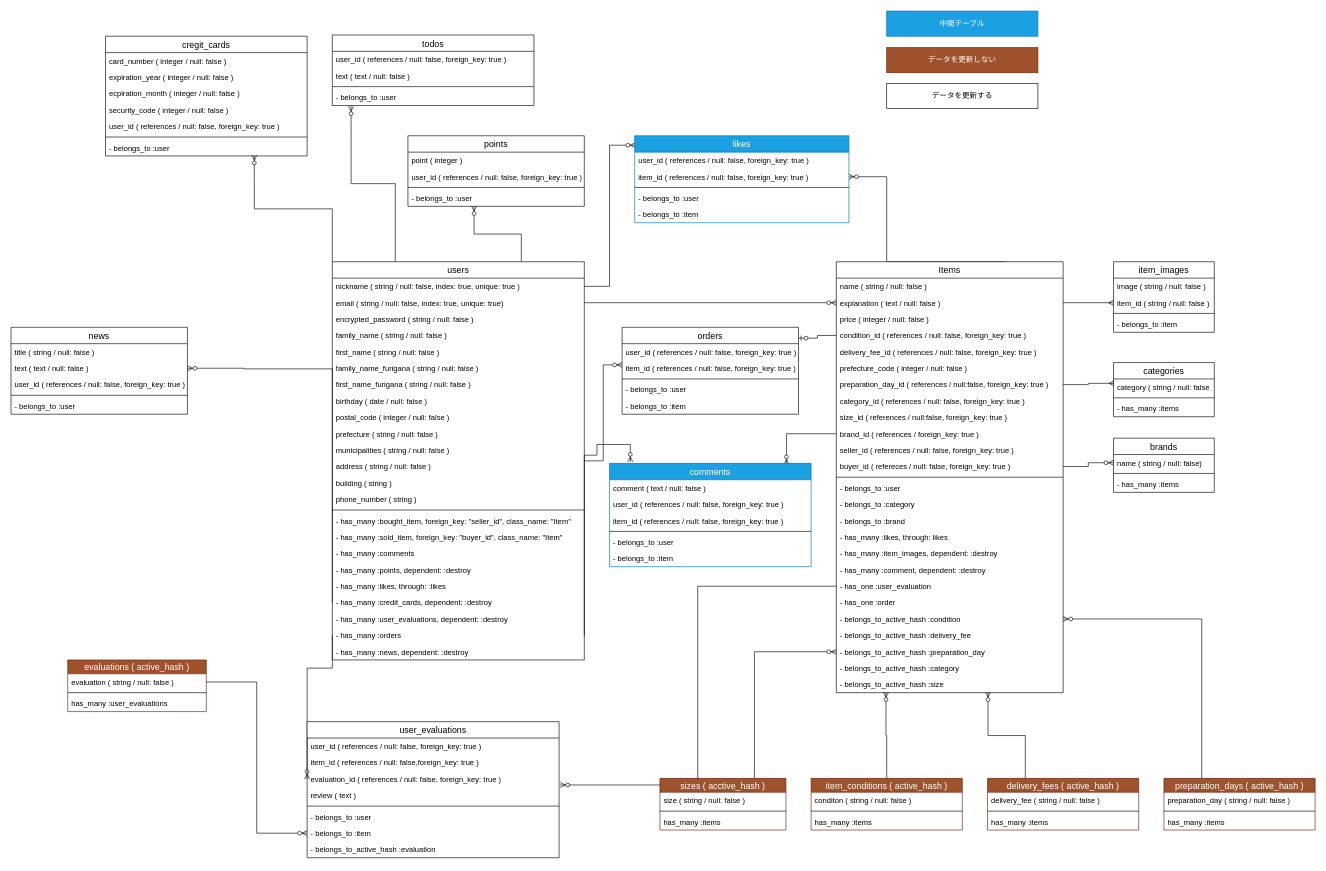
yuktnk/fleamarket_sample_80g keeps this draw.io diagram as ER.drawio. Above is the earlier version. Source tidied: cells renumbered, new cells numbered last; positions are measured from the earlier drawing's top-left corner, leaving out a move shared by most shapes. Both pictures are drawn from the tidied source at 63%, with x=0, y=0 at pixel (11, 11).
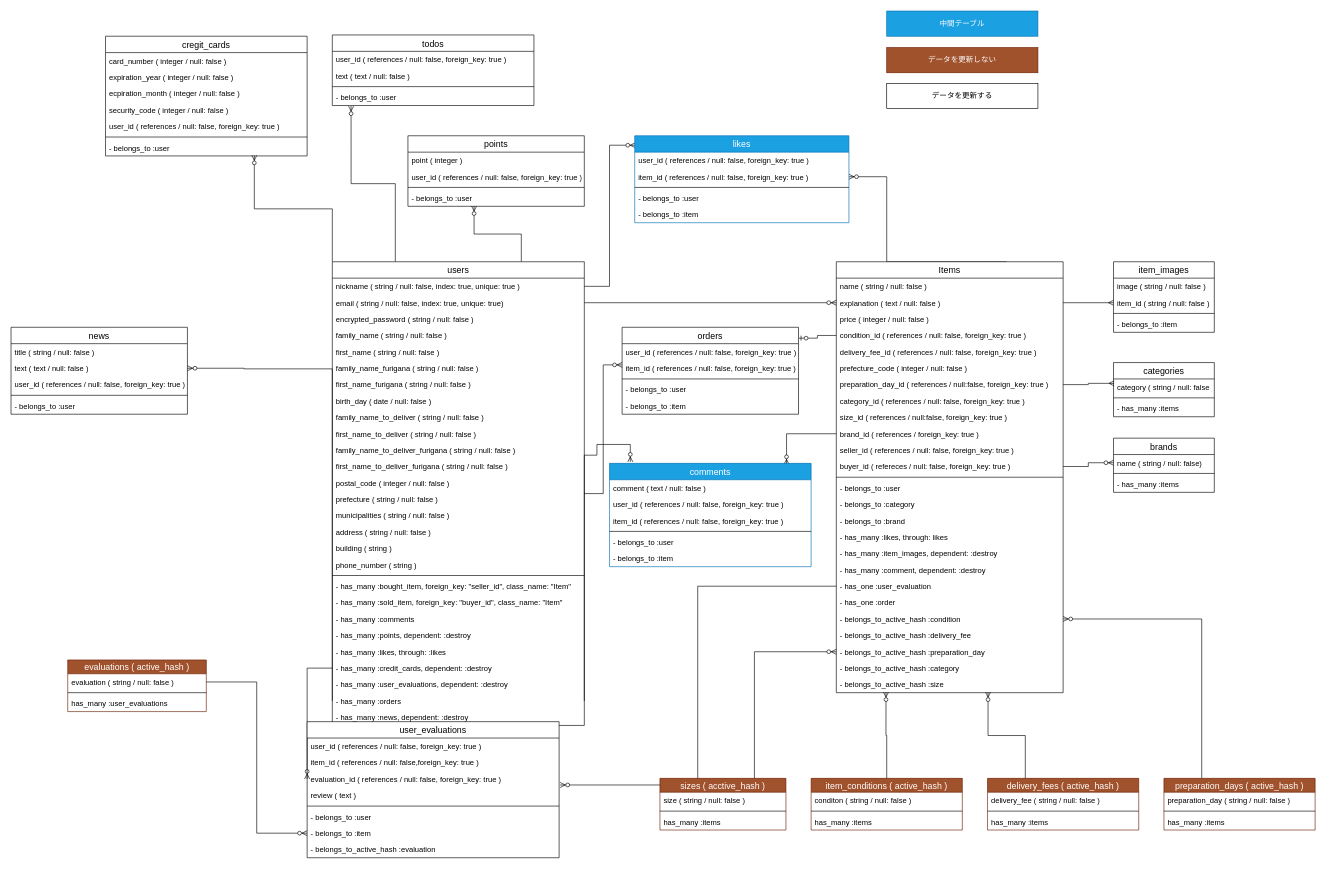
The same page after the edit.

Diff of the diagram source:
```diff
@@
     <mxCell id="18" value="users" style="swimlane;fontStyle=0;horizontal=1;startSize=26;align=center;fontSize=14;" parent="1" vertex="1">
-      <mxGeometry x="510" y="398" width="400" height="632" as="geometry" />
+      <mxGeometry x="510" y="398" width="400" height="736" as="geometry" />
     </mxCell>
@@
-    <mxCell id="26" value="birthday ( date / null: false )" style="text;strokeColor=none;fillColor=none;spacingLeft=4;spacingRight=4;overflow=hidden;fontSize=12;" parent="18" vertex="1">
+    <mxCell id="26" value="birth_day ( date / null: false )" style="text;strokeColor=none;fillColor=none;spacingLeft=4;spacingRight=4;overflow=hidden;fontSize=12;" parent="18" vertex="1">
       <mxGeometry y="208" width="400" height="26" as="geometry" />
     </mxCell>
+    <mxCell id="163" value="family_name_to_deliver ( string / null: false )" style="text;strokeColor=none;fillColor=none;spacingLeft=4;spacingRight=4;overflow=hidden;fontSize=12;" parent="18" vertex="1">
+      <mxGeometry y="234" width="400" height="26" as="geometry" />
+    </mxCell>
+    <mxCell id="164" value="first_name_to_deliver ( string / null: false )" style="text;strokeColor=none;fillColor=none;spacingLeft=4;spacingRight=4;overflow=hidden;fontSize=12;" parent="18" vertex="1">
+      <mxGeometry y="260" width="400" height="26" as="geometry" />
+    </mxCell>
+    <mxCell id="165" value="family_name_to_deliver_furigana ( string / null: false )" style="text;strokeColor=none;fillColor=none;spacingLeft=4;spacingRight=4;overflow=hidden;fontSize=12;" parent="18" vertex="1">
+      <mxGeometry y="286" width="400" height="26" as="geometry" />
+    </mxCell>
+    <mxCell id="166" value="first_name_to_deliver_furigana ( string / null: false )" style="text;strokeColor=none;fillColor=none;spacingLeft=4;spacingRight=4;overflow=hidden;fontSize=12;" parent="18" vertex="1">
+      <mxGeometry y="312" width="400" height="26" as="geometry" />
+    </mxCell>
     <mxCell id="27" value="postal_code ( integer / null: false )" style="text;strokeColor=none;fillColor=none;spacingLeft=4;spacingRight=4;overflow=hidden;fontSize=12;" parent="18" vertex="1">
-      <mxGeometry y="234" width="400" height="26" as="geometry" />
+      <mxGeometry y="338" width="400" height="26" as="geometry" />
     </mxCell>
     <mxCell id="28" value="prefecture ( string / null: false )" style="text;strokeColor=none;fillColor=none;spacingLeft=4;spacingRight=4;overflow=hidden;fontSize=12;" parent="18" vertex="1">
-      <mxGeometry y="260" width="400" height="26" as="geometry" />
+      <mxGeometry y="364" width="400" height="26" as="geometry" />
     </mxCell>
     <mxCell id="29" value="municipalities ( string / null: false )" style="text;strokeColor=none;fillColor=none;spacingLeft=4;spacingRight=4;overflow=hidden;fontSize=12;" parent="18" vertex="1">
-      <mxGeometry y="286" width="400" height="26" as="geometry" />
+      <mxGeometry y="390" width="400" height="26" as="geometry" />
     </mxCell>
     <mxCell id="30" value="address ( string / null: false )" style="text;strokeColor=none;fillColor=none;spacingLeft=4;spacingRight=4;overflow=hidden;fontSize=12;" parent="18" vertex="1">
-      <mxGeometry y="312" width="400" height="26" as="geometry" />
+      <mxGeometry y="416" width="400" height="26" as="geometry" />
     </mxCell>
     <mxCell id="31" value="building ( string )" style="text;strokeColor=none;fillColor=none;spacingLeft=4;spacingRight=4;overflow=hidden;fontSize=12;" parent="18" vertex="1">
-      <mxGeometry y="338" width="400" height="26" as="geometry" />
+      <mxGeometry y="442" width="400" height="26" as="geometry" />
     </mxCell>
     <mxCell id="32" value="phone_number ( string )" style="text;strokeColor=none;fillColor=none;spacingLeft=4;spacingRight=4;overflow=hidden;fontSize=12;" parent="18" vertex="1">
-      <mxGeometry y="364" width="400" height="26" as="geometry" />
+      <mxGeometry y="468" width="400" height="26" as="geometry" />
     </mxCell>
     <mxCell id="33" style="line;strokeWidth=1;fillColor=none;align=left;verticalAlign=middle;spacingTop=-1;spacingLeft=3;spacingRight=3;labelPosition=right;fontSize=12;" parent="18" vertex="1">
-      <mxGeometry y="390" width="400" height="8" as="geometry" />
+      <mxGeometry y="494" width="400" height="8" as="geometry" />
     </mxCell>
     <mxCell id="34" value="- has_many :bought_item, foreign_key: &quot;seller_id&quot;, class_name: &quot;Item&quot;" style="text;strokeColor=none;fillColor=none;spacingLeft=4;spacingRight=4;overflow=hidden;fontSize=12;" parent="18" vertex="1">
-      <mxGeometry y="398" width="400" height="26" as="geometry" />
+      <mxGeometry y="502" width="400" height="26" as="geometry" />
     </mxCell>
     <mxCell id="35" value="- has_many :sold_item, foreign_key: &quot;buyer_id&quot;, class_name: &quot;Item&quot;" style="text;strokeColor=none;fillColor=none;spacingLeft=4;spacingRight=4;overflow=hidden;fontSize=12;" parent="18" vertex="1">
-      <mxGeometry y="424" width="400" height="26" as="geometry" />
+      <mxGeometry y="528" width="400" height="26" as="geometry" />
     </mxCell>
     <mxCell id="36" value="- has_many :comments" style="text;strokeColor=none;fillColor=none;spacingLeft=4;spacingRight=4;overflow=hidden;fontSize=12;" parent="18" vertex="1">
-      <mxGeometry y="450" width="400" height="26" as="geometry" />
+      <mxGeometry y="554" width="400" height="26" as="geometry" />
     </mxCell>
     <mxCell id="37" value="- has_many :points, dependent: :destroy" style="text;strokeColor=none;fillColor=none;spacingLeft=4;spacingRight=4;overflow=hidden;fontSize=12;" parent="18" vertex="1">
-      <mxGeometry y="476" width="400" height="26" as="geometry" />
+      <mxGeometry y="580" width="400" height="26" as="geometry" />
     </mxCell>
     <mxCell id="38" value="- has_many :likes, through: :likes&#10;" style="text;strokeColor=none;fillColor=none;spacingLeft=4;spacingRight=4;overflow=hidden;fontSize=12;" parent="18" vertex="1">
-      <mxGeometry y="502" width="400" height="26" as="geometry" />
+      <mxGeometry y="606" width="400" height="26" as="geometry" />
     </mxCell>
     <mxCell id="39" value="- has_many :credit_cards, dependent: :destroy" style="text;strokeColor=none;fillColor=none;spacingLeft=4;spacingRight=4;overflow=hidden;points=[[0,0.5],[1,0.5]];portConstraint=eastwest;fontSize=12;" parent="18" vertex="1">
-      <mxGeometry y="528" width="400" height="26" as="geometry" />
+      <mxGeometry y="632" width="400" height="26" as="geometry" />
     </mxCell>
     <mxCell id="40" value="- has_many :user_evaluations, dependent: :destroy" style="text;strokeColor=none;fillColor=none;spacingLeft=4;spacingRight=4;overflow=hidden;fontSize=12;" parent="18" vertex="1">
-      <mxGeometry y="554" width="400" height="26" as="geometry" />
+      <mxGeometry y="658" width="400" height="26" as="geometry" />
     </mxCell>
     <mxCell id="41" value="- has_many :orders" style="text;strokeColor=none;fillColor=none;spacingLeft=4;spacingRight=4;overflow=hidden;points=[[0,0.5],[1,0.5]];portConstraint=eastwest;fontSize=12;" parent="18" vertex="1">
-      <mxGeometry y="580" width="400" height="26" as="geometry" />
+      <mxGeometry y="684" width="400" height="26" as="geometry" />
     </mxCell>
     <mxCell id="42" value="- has_many :news, dependent: :destroy" style="text;strokeColor=none;fillColor=none;spacingLeft=4;spacingRight=4;overflow=hidden;fontSize=12;" parent="18" vertex="1">
-      <mxGeometry y="606" width="400" height="26" as="geometry" />
+      <mxGeometry y="710" width="400" height="26" as="geometry" />
     </mxCell>
```
